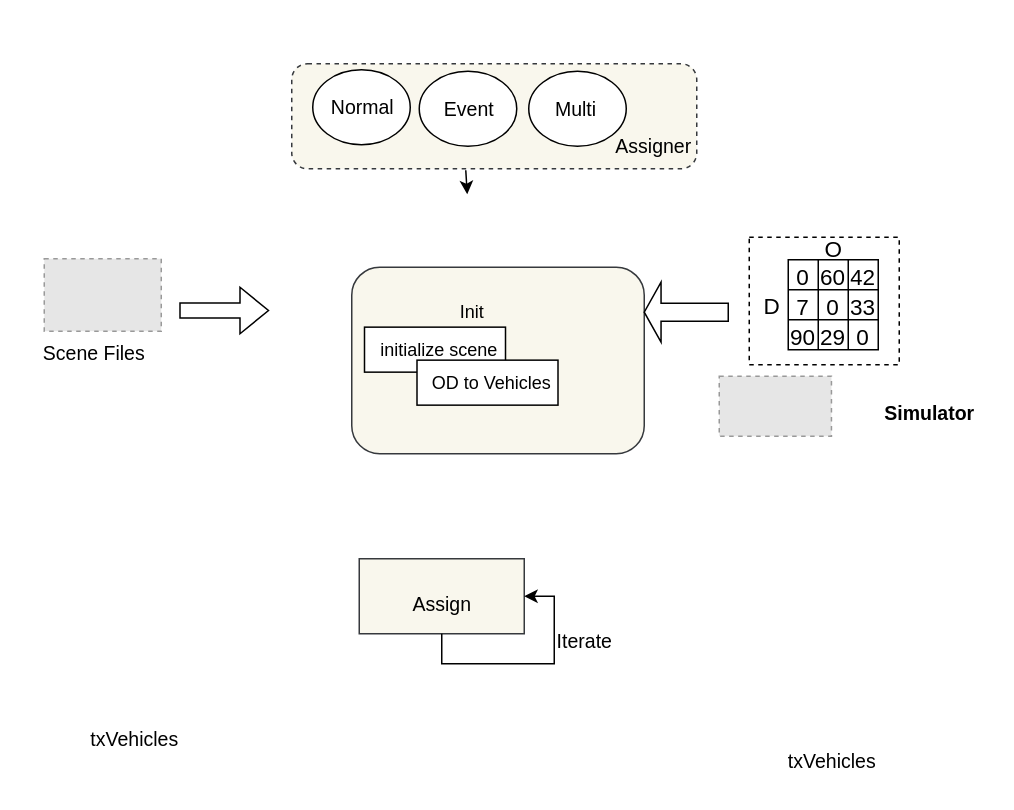
The draw.io diagram 交通流分配流程.drawio in Launche/traffic-simulation, before the edit. Source tidied: cells renumbered, new cells numbered last; positions are measured from the earlier drawing's top-left corner, leaving out a move shared by most shapes. Both pictures are drawn from the tidied source at 150%, with x=0, y=0 at pixel (26, 63). Pictures stored in the file or linked from it are replaced by grey dashed boxes.
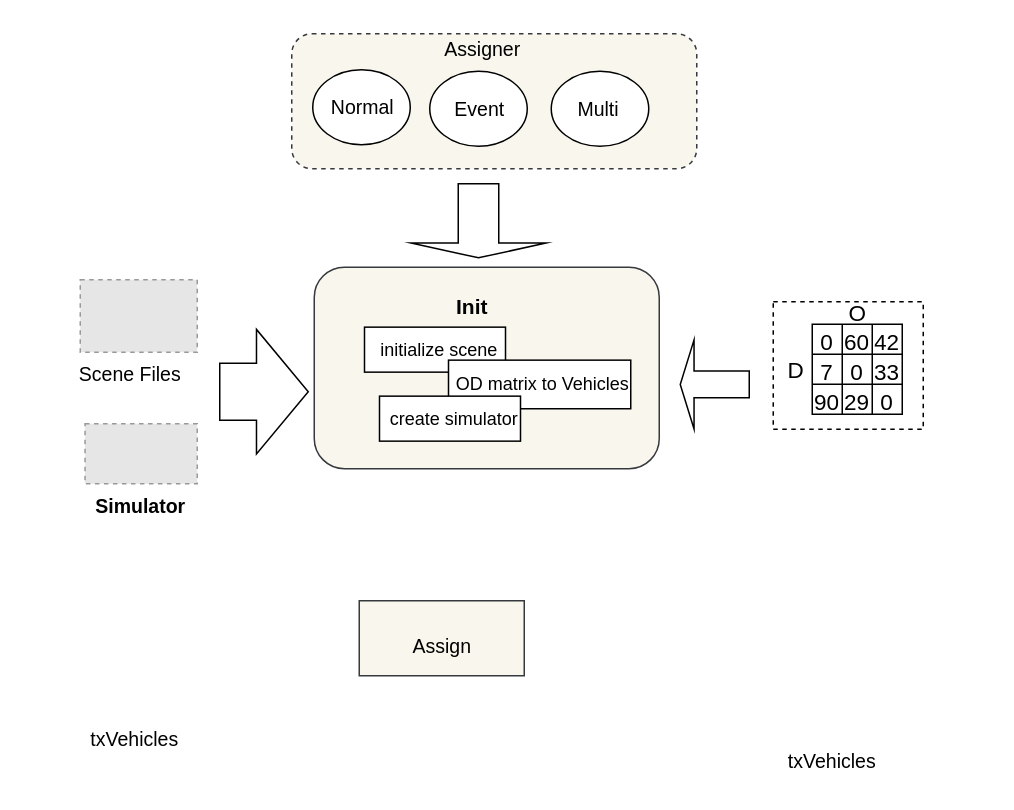
Above is the later version.

Commit message (it also covers changes not shown here):
更新交通流分配流程.drawio

Change to the diagram source:
```diff
@@
     <mxCell id="2" style="rounded=1;whiteSpace=wrap;html=1;fontSize=13;strokeColor=#36393d;fillColor=#f9f7ed;dashed=1;" parent="1" vertex="1">
-      <mxGeometry x="177" width="270" height="70" as="geometry" />
+      <mxGeometry x="177" y="-20" width="270" height="90" as="geometry" />
     </mxCell>
@@
     <mxCell id="5" style="ellipse;whiteSpace=wrap;html=1;fontSize=13;strokeColor=default;fillColor=#FFFFFF;" parent="1" vertex="1">
-      <mxGeometry x="262" y="5" width="65" height="50" as="geometry" />
+      <mxGeometry x="269" y="5" width="65" height="50" as="geometry" />
     </mxCell>
     <mxCell id="6" value="Event" style="text;html=1;align=center;verticalAlign=middle;strokeColor=none;fillColor=none;fontSize=13;" parent="1" vertex="1">
-      <mxGeometry x="264.5" y="15" width="60" height="30" as="geometry" />
+      <mxGeometry x="271.5" y="15" width="60" height="30" as="geometry" />
     </mxCell>
     <mxCell id="7" style="ellipse;whiteSpace=wrap;html=1;fontSize=13;strokeColor=default;fillColor=#FFFFFF;" parent="1" vertex="1">
-      <mxGeometry x="335" y="5" width="65" height="50" as="geometry" />
+      <mxGeometry x="350" y="5" width="65" height="50" as="geometry" />
     </mxCell>
     <mxCell id="8" value="Multi&amp;nbsp;" style="text;html=1;align=center;verticalAlign=middle;strokeColor=none;fillColor=none;fontSize=13;" parent="1" vertex="1">
-      <mxGeometry x="342.5" y="15" width="50" height="30" as="geometry" />
+      <mxGeometry x="357.5" y="15" width="50" height="30" as="geometry" />
     </mxCell>
     <mxCell id="9" value="Assigner" style="text;html=1;align=center;verticalAlign=middle;strokeColor=none;fillColor=none;fontSize=13;" parent="1" vertex="1">
-      <mxGeometry x="383" y="40" width="70" height="30" as="geometry" />
+      <mxGeometry x="269" y="-25" width="70" height="30" as="geometry" />
     </mxCell>
     <mxCell id="10" style="whiteSpace=wrap;html=1;fontSize=13;strokeColor=#36393d;fillColor=#f9f7ed;" parent="1" vertex="1">
-      <mxGeometry x="222" y="330" width="110" height="50" as="geometry" />
+      <mxGeometry x="222" y="358" width="110" height="50" as="geometry" />
     </mxCell>
     <mxCell id="11" value="Assign" style="text;html=1;align=center;verticalAlign=middle;strokeColor=none;fillColor=none;fontSize=13;" parent="1" vertex="1">
-      <mxGeometry x="247" y="345" width="60" height="30" as="geometry" />
+      <mxGeometry x="247" y="373" width="60" height="30" as="geometry" />
     </mxCell>
-    <mxCell id="12" style="edgeStyle=orthogonalEdgeStyle;rounded=0;orthogonalLoop=1;jettySize=auto;html=1;exitX=0.5;exitY=1;exitDx=0;exitDy=0;entryX=1;entryY=0.5;entryDx=0;entryDy=0;fontSize=13;" parent="1" edge="1" source="10" target="10">
-      <mxGeometry relative="1" as="geometry" />
-    </mxCell>
-    <mxCell id="13" value="Iterate" style="text;html=1;align=center;verticalAlign=middle;strokeColor=none;fillColor=none;fontSize=13;" parent="1" vertex="1">
-      <mxGeometry x="342" y="370" width="60" height="30" as="geometry" />
-    </mxCell>
     <mxCell id="14" style="fillColor=#E6E6E6;strokeColor=#999999;dashed=1;verticalLabelPosition=bottom;labelBackgroundColor=default;verticalAlign=top;" parent="1" vertex="1">
-      <mxGeometry x="12" y="130" width="78" height="48.3" as="geometry" />
+      <mxGeometry x="36" y="144" width="78" height="48.3" as="geometry" />
     </mxCell>
     <mxCell id="15" style="fillColor=#E6E6E6;strokeColor=#999999;dashed=1;verticalLabelPosition=bottom;labelBackgroundColor=default;verticalAlign=top;" parent="1" vertex="1">
-      <mxGeometry x="462" y="208.3" width="74.8" height="40" as="geometry" />
+      <mxGeometry x="39.2" y="240" width="74.8" height="40" as="geometry" />
     </mxCell>
-    <mxCell id="16" style="endArrow=classic;html=1;rounded=0;fontSize=13;" parent="1" edge="1">
-      <mxGeometry relative="1" as="geometry">
-        <mxPoint x="293" y="71" as="sourcePoint" />
-        <mxPoint x="294" y="87" as="targetPoint" />
-      </mxGeometry>
-    </mxCell>
     <mxCell id="17" value="&lt;b&gt;Simulator&lt;/b&gt;" style="text;html=1;align=center;verticalAlign=middle;strokeColor=none;fillColor=none;fontSize=13;" parent="1" vertex="1">
-      <mxGeometry x="562" y="218.3" width="80" height="30" as="geometry" />
+      <mxGeometry x="36" y="280" width="80" height="30" as="geometry" />
     </mxCell>
     <mxCell id="18" value="Scene Files" style="text;html=1;align=center;verticalAlign=middle;strokeColor=none;fillColor=none;fontSize=13;" parent="1" vertex="1">
-      <mxGeometry y="178.3" width="90" height="30" as="geometry" />
+      <mxGeometry x="24" y="192.3" width="90" height="30" as="geometry" />
     </mxCell>
@@
     <mxCell id="21" style="whiteSpace=wrap;html=1;fontSize=13;strokeColor=#36393d;fillColor=#f9f7ed;rounded=1;" parent="1" vertex="1">
-      <mxGeometry x="217" y="135.6" width="195" height="124.4" as="geometry" />
+      <mxGeometry x="192" y="135.6" width="230" height="134.4" as="geometry" />
     </mxCell>
-    <mxCell id="22" style="shape=flexArrow;endArrow=classic;html=1;rounded=0;" parent="1" edge="1">
+    <mxCell id="22" style="shape=flexArrow;endArrow=classic;html=1;rounded=0;endWidth=44;endSize=11.17;width=38;" parent="1" edge="1">
       <mxGeometry relative="1" as="geometry">
-        <mxPoint x="102" y="164.5" as="sourcePoint" />
-        <mxPoint x="162" y="164.5" as="targetPoint" />
+        <mxPoint x="128.5" y="218.6" as="sourcePoint" />
+        <mxPoint x="188.5" y="218.6" as="targetPoint" />
       </mxGeometry>
     </mxCell>
-    <mxCell id="23" value="Init" style="text;html=1;align=center;verticalAlign=middle;strokeColor=none;fillColor=none;" parent="1" vertex="1">
-      <mxGeometry x="277" y="150.6" width="40" height="30" as="geometry" />
+    <mxCell id="23" value="&lt;b&gt;&lt;font style=&quot;font-size: 14px;&quot;&gt;Init&lt;/font&gt;&lt;/b&gt;" style="text;html=1;align=center;verticalAlign=middle;strokeColor=none;fillColor=none;" parent="1" vertex="1">
+      <mxGeometry x="277" y="146.6" width="40" height="30" as="geometry" />
     </mxCell>
     <mxCell id="24" style="whiteSpace=wrap;html=1;fontSize=15;strokeColor=default;fillColor=#FFFFFF;dashed=1;" parent="1" vertex="1">
-      <mxGeometry x="482" y="115.6" width="100" height="85" as="geometry" />
+      <mxGeometry x="498" y="158.6" width="100" height="85" as="geometry" />
     </mxCell>
     <mxCell id="25" style="shape=table;html=1;whiteSpace=wrap;startSize=0;childLayout=tableLayout;fontSize=15;" parent="1" vertex="1">
-      <mxGeometry x="508" y="130.6" width="60" height="60" as="geometry" />
+      <mxGeometry x="524" y="173.6" width="60" height="60" as="geometry" />
     </mxCell>
@@
     <mxCell id="38" value="O" style="text;html=1;align=center;verticalAlign=middle;strokeColor=none;fillColor=none;fontSize=15;" parent="1" vertex="1">
-      <mxGeometry x="518" y="107.6" width="40" height="30" as="geometry" />
+      <mxGeometry x="534" y="150.6" width="40" height="30" as="geometry" />
     </mxCell>
     <mxCell id="39" value="D" style="text;html=1;align=center;verticalAlign=middle;strokeColor=none;fillColor=none;fontSize=15;" parent="1" vertex="1">
-      <mxGeometry x="482" y="145.6" width="30" height="30" as="geometry" />
+      <mxGeometry x="498" y="188.6" width="30" height="30" as="geometry" />
     </mxCell>
     <mxCell id="40" style="shape=singleArrow;direction=west;whiteSpace=wrap;html=1;" parent="1" vertex="1">
-      <mxGeometry x="412" y="145.6" width="56" height="40" as="geometry" />
+      <mxGeometry x="436" y="184.1" width="46" height="59.4" as="geometry" />
     </mxCell>
@@
     <mxCell id="43" style="whiteSpace=wrap;html=1;" parent="1" vertex="1">
-      <mxGeometry x="260.5" y="197.6" width="94" height="30" as="geometry" />
+      <mxGeometry x="281.5" y="197.6" width="121.5" height="32.4" as="geometry" />
     </mxCell>
-    <mxCell id="44" value="OD to Vehicles" style="text;html=1;align=center;verticalAlign=middle;strokeColor=none;fillColor=none;" parent="1" vertex="1">
-      <mxGeometry x="259.5" y="197.6" width="100" height="30" as="geometry" />
+    <mxCell id="44" value="OD matrix to Vehicles" style="text;html=1;align=center;verticalAlign=middle;strokeColor=none;fillColor=none;" parent="1" vertex="1">
+      <mxGeometry x="273.5" y="198.8" width="140" height="30" as="geometry" />
     </mxCell>
+    <mxCell id="45" style="whiteSpace=wrap;html=1;" parent="1" vertex="1">
+      <mxGeometry x="235.5" y="221.6" width="94" height="30" as="geometry" />
+    </mxCell>
+    <mxCell id="46" value="create simulator" style="text;html=1;align=center;verticalAlign=middle;strokeColor=none;fillColor=none;" parent="1" vertex="1">
+      <mxGeometry x="229.5" y="221.6" width="110" height="30" as="geometry" />
+    </mxCell>
+    <mxCell id="47" style="shape=singleArrow;direction=south;whiteSpace=wrap;html=1;fontFamily=Helvetica;fontSize=14;fontColor=default;" parent="1" vertex="1">
+      <mxGeometry x="256.5" y="80" width="90" height="49.4" as="geometry" />
+    </mxCell>
```
